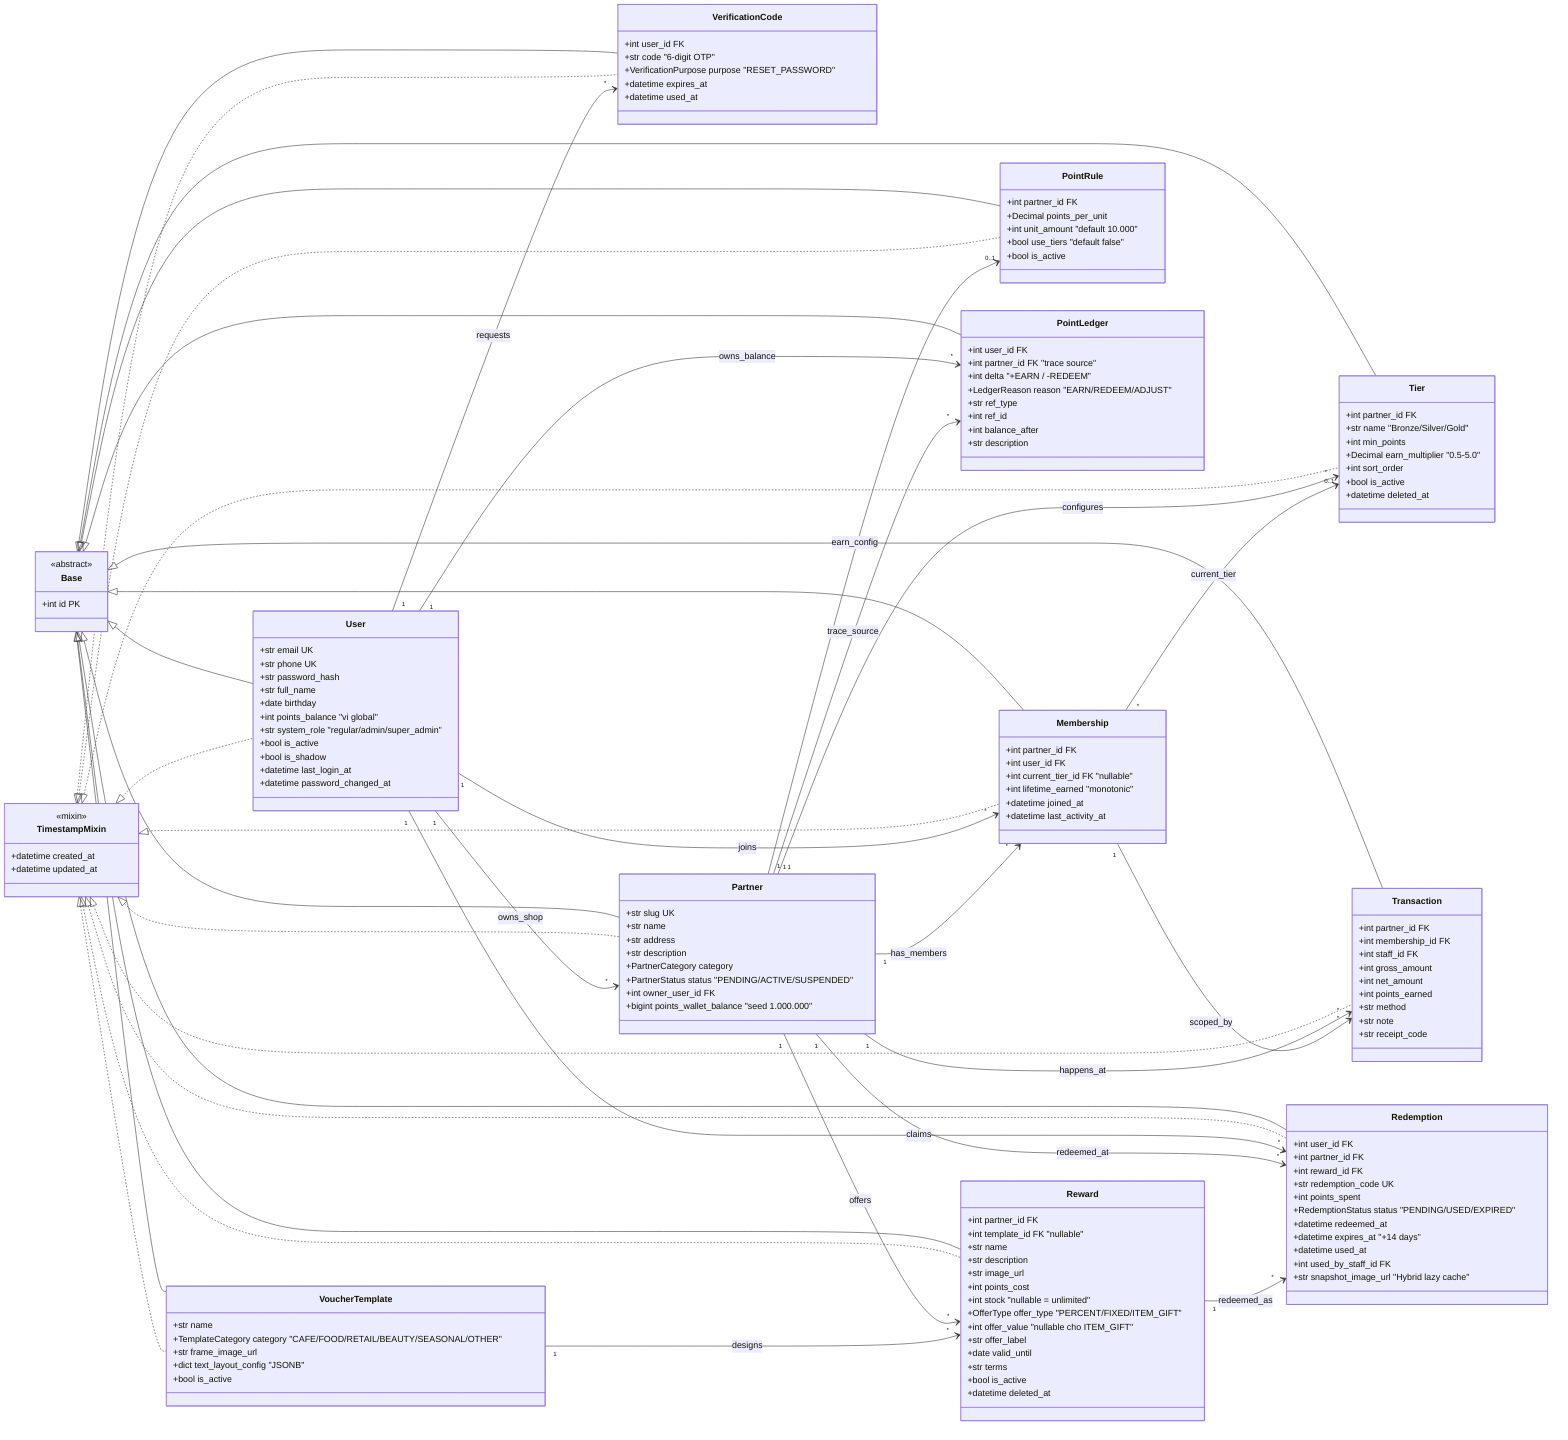
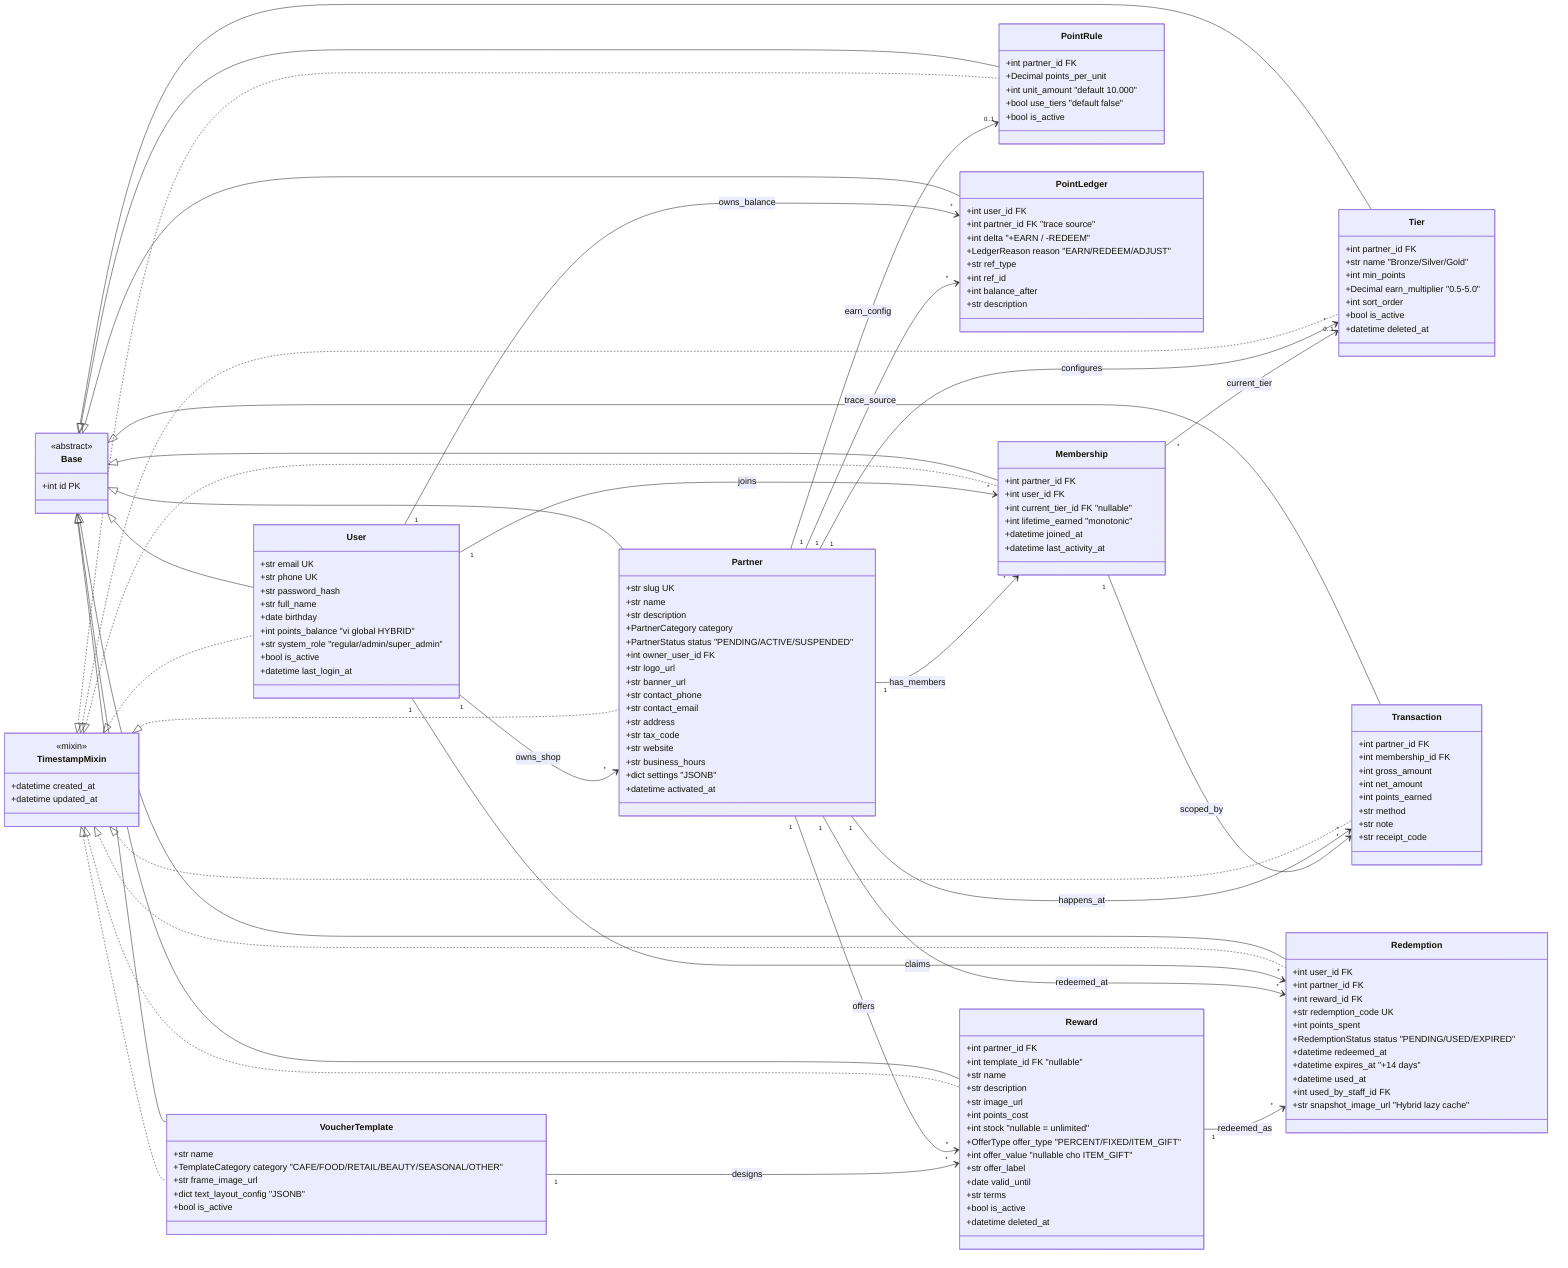
classDiagram
    direction LR

    %% ========================
    %% Base & Mixin
    %% ========================
    class Base {
        <<abstract>>
        +int id PK
    }
    class TimestampMixin {
        <<mixin>>
        +datetime created_at
        +datetime updated_at
    }

    %% ========================
    %% Identity Context
    %% ========================
    class User {
        +str email UK
        +str phone UK
        +str password_hash
        +str full_name
        +date birthday
-         +int points_balance "vi global"
+         +int points_balance "vi global HYBRID"
        +str system_role "regular/admin/super_admin"
        +bool is_active
-         +bool is_shadow
        +datetime last_login_at
-         +datetime password_changed_at
-     }
- 
-     class VerificationCode {
-         +int user_id FK
-         +str code "6-digit OTP"
-         +VerificationPurpose purpose "RESET_PASSWORD"
-         +datetime expires_at
-         +datetime used_at
    }

    %% ========================
    %% Partner Context
    %% ========================
    class Partner {
        +str slug UK
        +str name
-         +str address
        +str description
        +PartnerCategory category
        +PartnerStatus status "PENDING/ACTIVE/SUSPENDED"
        +int owner_user_id FK
-         +bigint points_wallet_balance "seed 1.000.000"
+         +str logo_url
+         +str banner_url
+         +str contact_phone
+         +str contact_email
+         +str address
+         +str tax_code
+         +str website
+         +str business_hours
+         +dict settings "JSONB"
+         +datetime activated_at
    }

    class Membership {
        +int partner_id FK
        +int user_id FK
        +int current_tier_id FK "nullable"
        +int lifetime_earned "monotonic"
        +datetime joined_at
        +datetime last_activity_at
    }

    class Tier {
        +int partner_id FK
        +str name "Bronze/Silver/Gold"
        +int min_points
        +Decimal earn_multiplier "0.5-5.0"
        +int sort_order
        +bool is_active
        +datetime deleted_at
    }

    class PointRule {
        +int partner_id FK
        +Decimal points_per_unit
        +int unit_amount "default 10.000"
        +bool use_tiers "default false"
        +bool is_active
    }

    %% ========================
    %% Loyalty Operations
    %% ========================
    class Transaction {
        +int partner_id FK
        +int membership_id FK
-         +int staff_id FK
        +int gross_amount
        +int net_amount
        +int points_earned
        +str method
        +str note
        +str receipt_code
    }

    class PointLedger {
        +int user_id FK
        +int partner_id FK "trace source"
        +int delta "+EARN / -REDEEM"
        +LedgerReason reason "EARN/REDEEM/ADJUST"
        +str ref_type
        +int ref_id
        +int balance_after
        +str description
        %% append-only trigger
    }

    class Redemption {
        +int user_id FK
        +int partner_id FK
        +int reward_id FK
        +str redemption_code UK
        +int points_spent
        +RedemptionStatus status "PENDING/USED/EXPIRED"
        +datetime redeemed_at
        +datetime expires_at "+14 days"
        +datetime used_at
        +int used_by_staff_id FK
        +str snapshot_image_url "Hybrid lazy cache"
    }

    %% ========================
    %% Reward / Voucher Template
    %% ========================
    class Reward {
        +int partner_id FK
        +int template_id FK "nullable"
        +str name
        +str description
        +str image_url
        +int points_cost
        +int stock "nullable = unlimited"
        +OfferType offer_type "PERCENT/FIXED/ITEM_GIFT"
        +int offer_value "nullable cho ITEM_GIFT"
        +str offer_label
        +date valid_until
        +str terms
        +bool is_active
        +datetime deleted_at
    }

    class VoucherTemplate {
        +str name
        +TemplateCategory category "CAFE/FOOD/RETAIL/BEAUTY/SEASONAL/OTHER"
        +str frame_image_url
        +dict text_layout_config "JSONB"
        +bool is_active
    }

    %% ========================
    %% Inheritance
    %% ========================
    Base <|-- User
-     Base <|-- VerificationCode
    Base <|-- Partner
    Base <|-- Membership
    Base <|-- Tier
    Base <|-- PointRule
    Base <|-- Transaction
    Base <|-- PointLedger
    Base <|-- Redemption
    Base <|-- Reward
    Base <|-- VoucherTemplate

    TimestampMixin <|.. User
-     TimestampMixin <|.. VerificationCode
    TimestampMixin <|.. Partner
    TimestampMixin <|.. Membership
    TimestampMixin <|.. Tier
    TimestampMixin <|.. PointRule
    TimestampMixin <|.. Transaction
    TimestampMixin <|.. Redemption
    TimestampMixin <|.. Reward
    TimestampMixin <|.. VoucherTemplate

    %% ========================
    %% Associations
    %% ========================
    User "1" --> "*" Membership : joins
    User "1" --> "*" PointLedger : owns_balance
    User "1" --> "*" Redemption : claims
    User "1" --> "*" Partner : owns_shop
-     User "1" --> "*" VerificationCode : requests

    Partner "1" --> "*" Membership : has_members
    Partner "1" --> "*" Tier : configures
    Partner "1" --> "0..1" PointRule : earn_config
    Partner "1" --> "*" Reward : offers
    Partner "1" --> "*" Redemption : redeemed_at
    Partner "1" --> "*" Transaction : happens_at
    Partner "1" --> "*" PointLedger : trace_source

    Membership "*" --> "0..1" Tier : current_tier
    Membership "1" --> "*" Transaction : scoped_by

    VoucherTemplate "1" --> "*" Reward : designs
    Reward "1" --> "*" Redemption : redeemed_as
